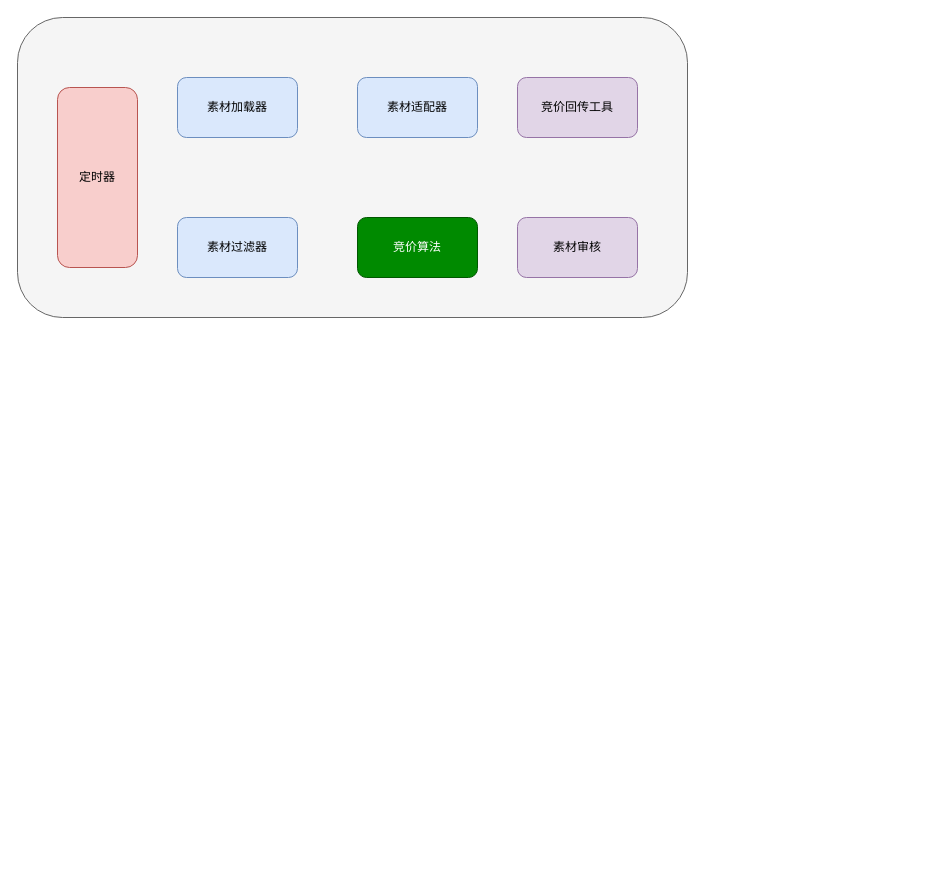
This is moji/商业化广告核心竞价结构.drawio from HengqianSong/drawIO, a draw.io file, before an edit. Source tidied: cells renumbered, new cells numbered last; positions are measured from the earlier drawing's top-left corner, leaving out a move shared by most shapes. Both pictures are drawn from the tidied source at 100%, with x=0, y=0 at pixel (17, 17).
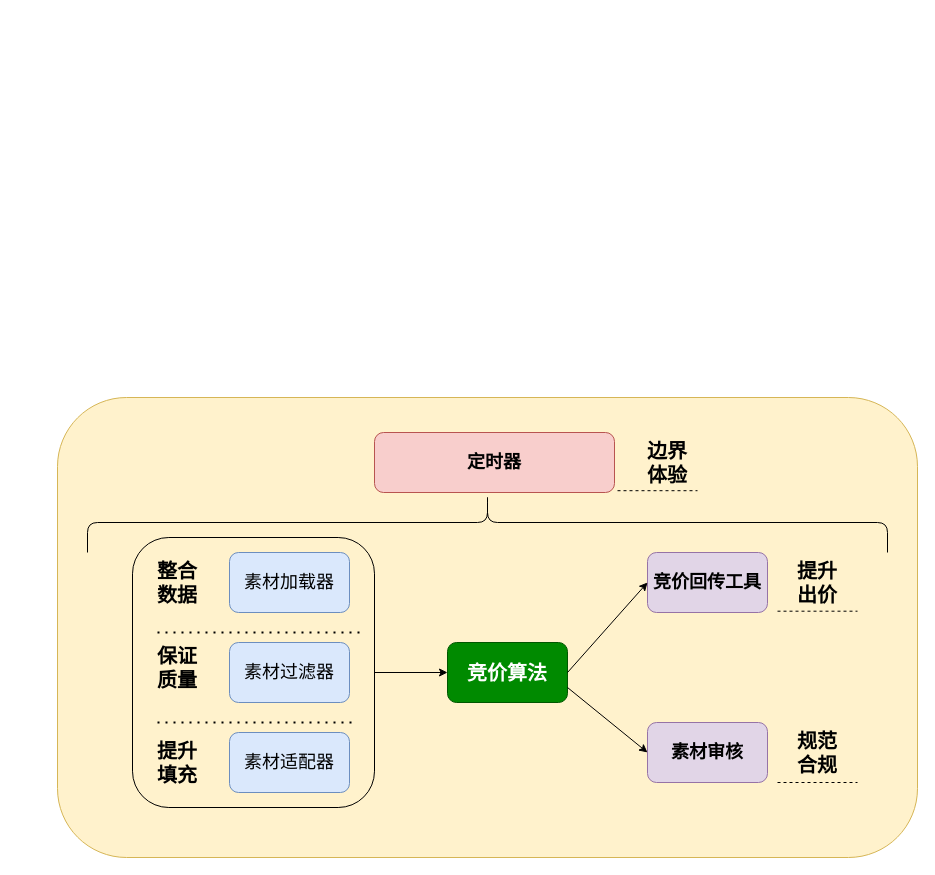
Above is the later version.

Commit message:
更新商业化广告核心竞价结构.drawio

What changed in the source:
```diff
@@
-    <mxCell id="2" style="rounded=1;whiteSpace=wrap;html=1;fillColor=#f5f5f5;fontColor=#333333;strokeColor=#666666;" parent="1" vertex="1">
-      <mxGeometry width="670" height="300" as="geometry" />
+    <mxCell id="2" style="rounded=1;whiteSpace=wrap;html=1;fillColor=#fff2cc;strokeColor=#d6b656;" parent="1" vertex="1">
+      <mxGeometry x="40" y="380" width="860" height="460" as="geometry" />
     </mxCell>
-    <mxCell id="3" value="素材加载器" style="rounded=1;whiteSpace=wrap;html=1;fillColor=#dae8fc;strokeColor=#6c8ebf;" parent="1" vertex="1">
-      <mxGeometry x="160" y="60" width="120" height="60" as="geometry" />
+    <mxCell id="3" value="素材加载器" style="rounded=1;whiteSpace=wrap;html=1;fillColor=#dae8fc;strokeColor=#6c8ebf;fontSize=18;" parent="1" vertex="1">
+      <mxGeometry x="212" y="535" width="120" height="60" as="geometry" />
     </mxCell>
+    <mxCell id="10" style="rounded=1;whiteSpace=wrap;html=1;fillColor=none;" parent="1" vertex="1">
+      <mxGeometry x="115" y="520" width="242" height="270" as="geometry" />
+    </mxCell>
-    <mxCell id="4" value="定时器" style="rounded=1;whiteSpace=wrap;html=1;fillColor=#f8cecc;strokeColor=#b85450;" parent="1" vertex="1">
-      <mxGeometry x="40" y="70" width="80" height="180" as="geometry" />
+    <mxCell id="4" value="定时器" style="rounded=1;whiteSpace=wrap;html=1;fillColor=#f8cecc;strokeColor=#b85450;fontSize=18;fontStyle=1;" parent="1" vertex="1">
+      <mxGeometry x="357" y="415" width="240" height="60" as="geometry" />
     </mxCell>
-    <mxCell id="5" value="素材适配器" style="rounded=1;whiteSpace=wrap;html=1;fillColor=#dae8fc;strokeColor=#6c8ebf;" parent="1" vertex="1">
-      <mxGeometry x="340" y="60" width="120" height="60" as="geometry" />
+    <mxCell id="5" value="素材适配器" style="rounded=1;whiteSpace=wrap;html=1;fillColor=#dae8fc;strokeColor=#6c8ebf;fontSize=18;" parent="1" vertex="1">
+      <mxGeometry x="212" y="715" width="120" height="60" as="geometry" />
     </mxCell>
-    <mxCell id="6" value="竞价算法" style="rounded=1;whiteSpace=wrap;html=1;fillColor=#008a00;fontColor=#ffffff;strokeColor=#005700;" parent="1" vertex="1">
-      <mxGeometry x="340" y="200" width="120" height="60" as="geometry" />
+    <mxCell id="6" value="竞价算法" style="rounded=1;whiteSpace=wrap;html=1;fillColor=#008a00;fontColor=#ffffff;strokeColor=#005700;fontStyle=1;fontSize=20;" parent="1" vertex="1">
+      <mxGeometry x="430" y="625" width="120" height="60" as="geometry" />
     </mxCell>
-    <mxCell id="7" value="竞价回传工具" style="rounded=1;whiteSpace=wrap;html=1;fillColor=#e1d5e7;strokeColor=#9673a6;" parent="1" vertex="1">
-      <mxGeometry x="500" y="60" width="120" height="60" as="geometry" />
+    <mxCell id="7" value="竞价回传工具" style="rounded=1;whiteSpace=wrap;html=1;fillColor=#e1d5e7;strokeColor=#9673a6;fontSize=18;fontStyle=1;" parent="1" vertex="1">
+      <mxGeometry x="630" y="535" width="120" height="60" as="geometry" />
     </mxCell>
-    <mxCell id="8" value="素材审核" style="rounded=1;whiteSpace=wrap;html=1;fillColor=#e1d5e7;strokeColor=#9673a6;" parent="1" vertex="1">
-      <mxGeometry x="500" y="200" width="120" height="60" as="geometry" />
+    <mxCell id="8" value="素材审核" style="rounded=1;whiteSpace=wrap;html=1;fillColor=#e1d5e7;strokeColor=#9673a6;fontSize=18;fontStyle=1;" parent="1" vertex="1">
+      <mxGeometry x="630" y="705" width="120" height="60" as="geometry" />
     </mxCell>
-    <mxCell id="9" value="素材过滤器" style="rounded=1;whiteSpace=wrap;html=1;fillColor=#dae8fc;strokeColor=#6c8ebf;" parent="1" vertex="1">
-      <mxGeometry x="160" y="200" width="120" height="60" as="geometry" />
+    <mxCell id="9" value="素材过滤器" style="rounded=1;whiteSpace=wrap;html=1;fillColor=#dae8fc;strokeColor=#6c8ebf;fontSize=18;" parent="1" vertex="1">
+      <mxGeometry x="212" y="625" width="120" height="60" as="geometry" />
     </mxCell>
+    <mxCell id="11" style="shape=curlyBracket;whiteSpace=wrap;html=1;rounded=1;labelPosition=left;verticalLabelPosition=middle;align=right;verticalAlign=middle;direction=south;" parent="1" vertex="1">
+      <mxGeometry x="70" y="475" width="800" height="60" as="geometry" />
+    </mxCell>
+    <mxCell id="12" style="endArrow=classic;html=1;rounded=0;exitX=1;exitY=0.5;exitDx=0;exitDy=0;entryX=0;entryY=0.5;entryDx=0;entryDy=0;" parent="1" edge="1" source="10" target="6">
+      <mxGeometry relative="1" as="geometry" />
+    </mxCell>
+    <mxCell id="13" style="endArrow=classic;html=1;rounded=0;exitX=1;exitY=0.5;exitDx=0;exitDy=0;entryX=0;entryY=0.5;entryDx=0;entryDy=0;" parent="1" edge="1" source="6" target="7">
+      <mxGeometry relative="1" as="geometry" />
+    </mxCell>
+    <mxCell id="14" style="endArrow=classic;html=1;rounded=0;exitX=1;exitY=0.75;exitDx=0;exitDy=0;entryX=0;entryY=0.5;entryDx=0;entryDy=0;" parent="1" edge="1" source="6" target="8">
+      <mxGeometry relative="1" as="geometry" />
+    </mxCell>
+    <mxCell id="15" value="整合数据" style="text;html=1;align=center;verticalAlign=middle;whiteSpace=wrap;rounded=0;fontSize=20;fontStyle=1;" parent="1" vertex="1">
+      <mxGeometry x="130" y="550" width="60" height="30" as="geometry" />
+    </mxCell>
+    <mxCell id="16" value="保证质量" style="text;html=1;align=center;verticalAlign=middle;whiteSpace=wrap;rounded=0;fontSize=20;fontStyle=1;" parent="1" vertex="1">
+      <mxGeometry x="130" y="635" width="60" height="30" as="geometry" />
+    </mxCell>
+    <mxCell id="17" value="提升填充" style="text;html=1;align=center;verticalAlign=middle;whiteSpace=wrap;rounded=0;fontSize=20;fontStyle=1;" parent="1" vertex="1">
+      <mxGeometry x="130" y="730" width="60" height="30" as="geometry" />
+    </mxCell>
+    <mxCell id="18" style="endArrow=none;dashed=1;html=1;dashPattern=1 3;strokeWidth=2;rounded=0;entryX=0.95;entryY=0.352;entryDx=0;entryDy=0;entryPerimeter=0;" parent="1" edge="1" target="10">
+      <mxGeometry relative="1" as="geometry">
+        <mxPoint x="140" y="615" as="sourcePoint" />
+      </mxGeometry>
+    </mxCell>
+    <mxCell id="19" style="endArrow=none;dashed=1;html=1;dashPattern=1 3;strokeWidth=2;rounded=0;entryX=0.95;entryY=0.352;entryDx=0;entryDy=0;entryPerimeter=0;" parent="1" edge="1">
+      <mxGeometry relative="1" as="geometry">
+        <mxPoint x="140" y="705" as="sourcePoint" />
+        <mxPoint x="340" y="705" as="targetPoint" />
+      </mxGeometry>
+    </mxCell>
+    <mxCell id="20" value="规范合规" style="text;html=1;align=center;verticalAlign=middle;whiteSpace=wrap;rounded=0;fontSize=20;fontStyle=1;" parent="1" vertex="1">
+      <mxGeometry x="770" y="720" width="60" height="30" as="geometry" />
+    </mxCell>
+    <mxCell id="21" value="提升出价" style="text;html=1;align=center;verticalAlign=middle;whiteSpace=wrap;rounded=0;fontSize=20;fontStyle=1;" parent="1" vertex="1">
+      <mxGeometry x="770" y="550" width="60" height="30" as="geometry" />
+    </mxCell>
+    <mxCell id="22" style="endArrow=none;dashed=1;html=1;rounded=0;" parent="1" edge="1">
+      <mxGeometry relative="1" as="geometry">
+        <mxPoint x="760" y="765" as="sourcePoint" />
+        <mxPoint x="840" y="765" as="targetPoint" />
+      </mxGeometry>
+    </mxCell>
+    <mxCell id="23" style="endArrow=none;dashed=1;html=1;rounded=0;" parent="1" edge="1">
+      <mxGeometry relative="1" as="geometry">
+        <mxPoint x="760" y="593.7" as="sourcePoint" />
+        <mxPoint x="840" y="593.7" as="targetPoint" />
+      </mxGeometry>
+    </mxCell>
+    <mxCell id="24" value="边界体验" style="text;html=1;align=center;verticalAlign=middle;whiteSpace=wrap;rounded=0;fontSize=20;fontStyle=1;" parent="1" vertex="1">
+      <mxGeometry x="620" y="430" width="60" height="30" as="geometry" />
+    </mxCell>
+    <mxCell id="25" style="endArrow=none;dashed=1;html=1;rounded=0;" parent="1" edge="1">
+      <mxGeometry relative="1" as="geometry">
+        <mxPoint x="600" y="473.2" as="sourcePoint" />
+        <mxPoint x="680" y="473.2" as="targetPoint" />
+      </mxGeometry>
+    </mxCell>
```
